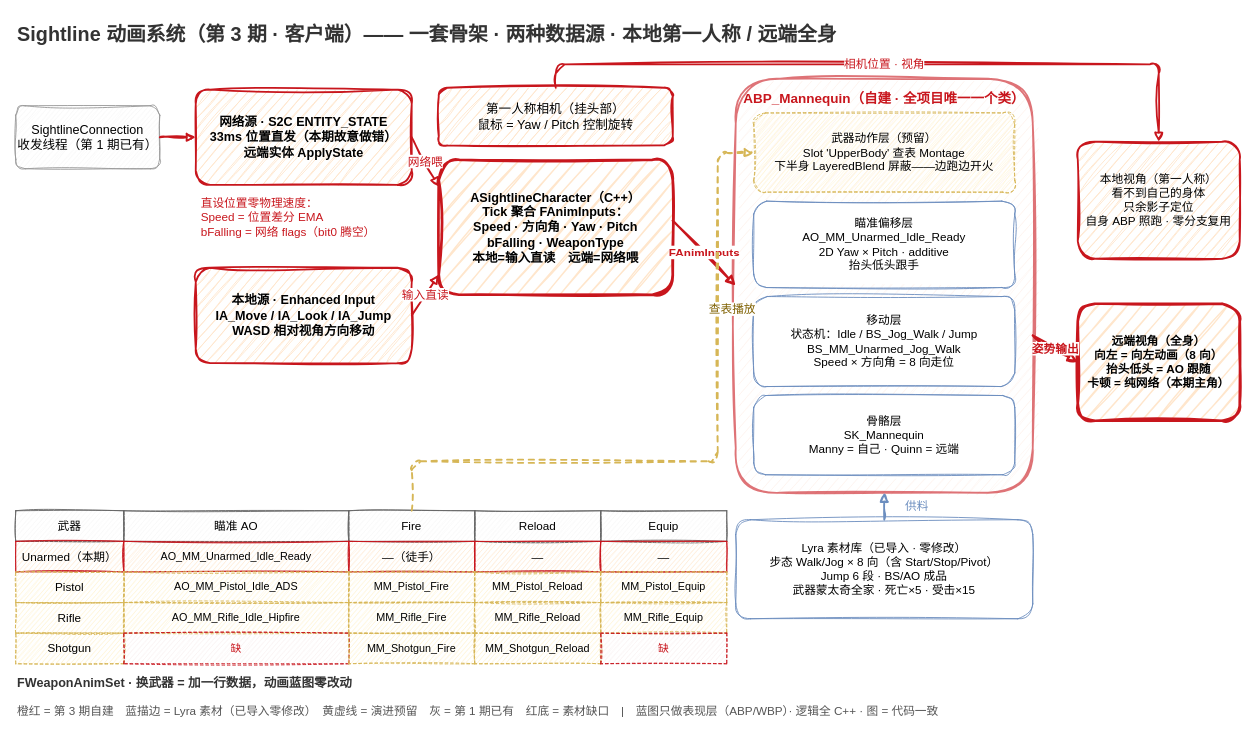
This is docs/episodes/ep03/animation_system.drawio from x-PiXiu/Sightline, a draw.io file, before an edit. Source tidied: cells renumbered, new cells numbered last; positions are measured from the earlier drawing's top-left corner, leaving out a move shared by most shapes. Both pictures are drawn from the tidied source at 90%, with x=0, y=0 at pixel (15, 15).
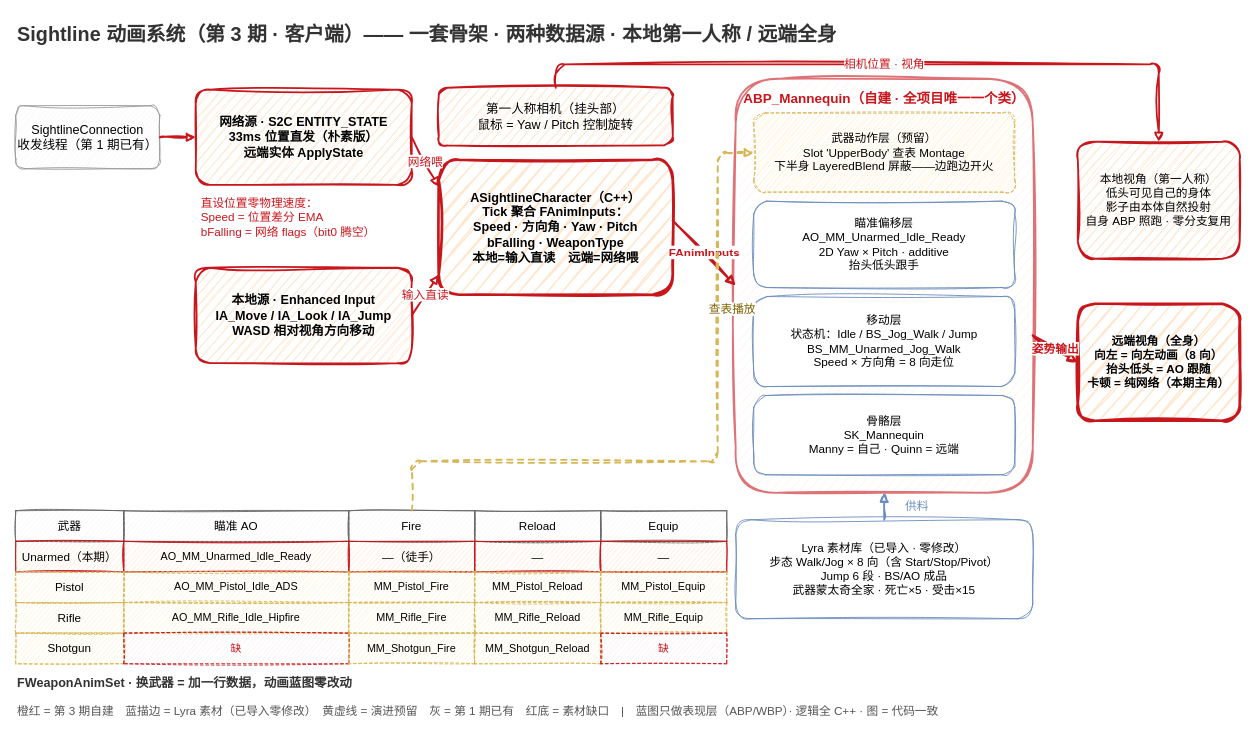
After the change.

Commit message (it also covers changes not shown here):
S4 段图纸双产线（用户十审令）：客户端执行顺序走查 c1~c7（四器官→输入→上报→收包[滑块扣延迟锚]→入账→变画面[省略④锚]→供数）+动画系统走查 an_a1~a3（conn 归数据源组/表体表头同趟压暗）+animation_system 主图两处失真修复（故意做错→朴素版/影子旧方案→身体可见终态）——judge 全 pass

What changed in the source:
```diff
@@
-    <mxCell id="4" value="网络源 · S2C ENTITY_STATE&#10;33ms 位置直发（本期故意做错）&#10;远端实体 ApplyState" style="rounded=1;whiteSpace=wrap;fillColor=#ffe6cc;strokeColor=#c8161d;fontSize=14;fontStyle=1;sketch=1;curveFitting=1;jiggle=2;strokeWidth=2;" parent="1" vertex="1">
+    <mxCell id="4" value="网络源 · S2C ENTITY_STATE&#10;33ms 位置直发（朴素版）&#10;远端实体 ApplyState" style="rounded=1;whiteSpace=wrap;fillColor=#ffe6cc;strokeColor=#c8161d;fontSize=14;fontStyle=1;sketch=1;curveFitting=1;jiggle=2;strokeWidth=2;" parent="1" vertex="1">
       <mxGeometry x="200" y="82" width="240" height="106" as="geometry" />
     </mxCell>
@@
-    <mxCell id="16" value="本地视角（第一人称）&#10;看不到自己的身体&#10;只余影子定位&#10;自身 ABP 照跑 · 零分支复用" style="rounded=1;whiteSpace=wrap;fillColor=#ffe6cc;strokeColor=#c8161d;fontSize=13;sketch=1;curveFitting=1;jiggle=2;strokeWidth=2;" parent="1" vertex="1">
+    <mxCell id="16" value="本地视角（第一人称）&#10;低头可见自己的身体&#10;影子由本体自然投射&#10;自身 ABP 照跑 · 零分支复用" style="rounded=1;whiteSpace=wrap;fillColor=#ffe6cc;strokeColor=#c8161d;fontSize=13;sketch=1;curveFitting=1;jiggle=2;strokeWidth=2;" parent="1" vertex="1">
       <mxGeometry x="1180" y="140" width="180" height="130" as="geometry" />
     </mxCell>
```
